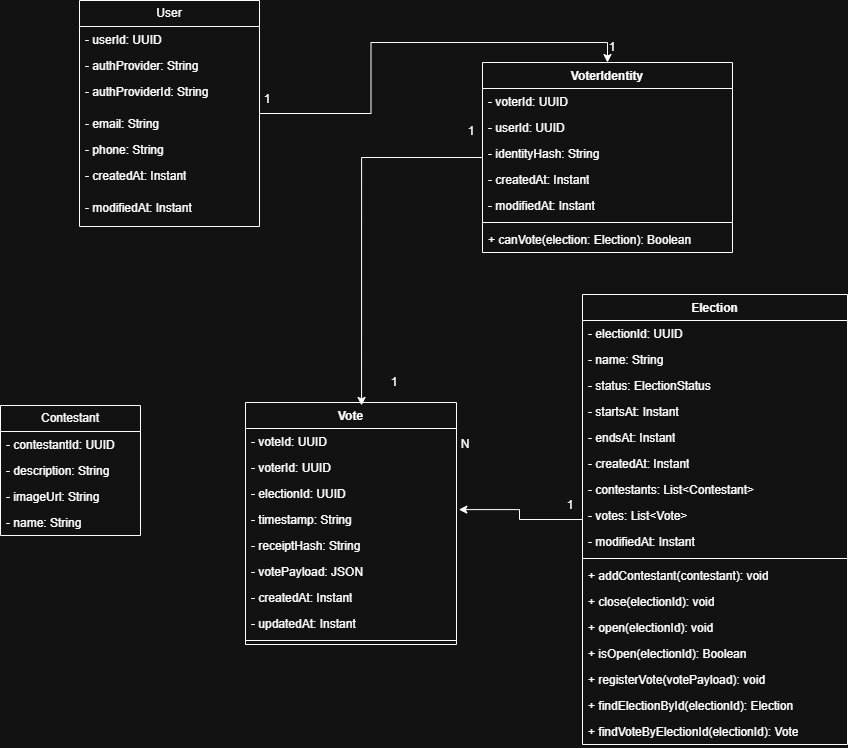
andreixmartins/arch-kata2 keeps this draw.io diagram as images/class_diagram_v4.png. Above is the earlier version. Source tidied: cells renumbered, new cells last; positions are measured from the earlier drawing's top-left corner, leaving out a move shared by most shapes.
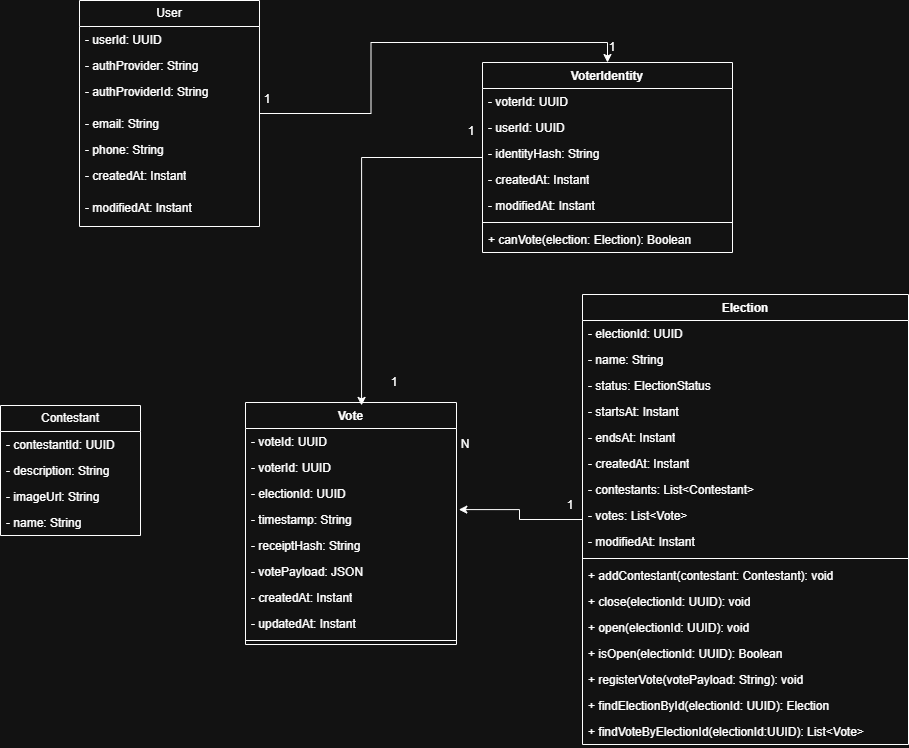
Later version of the same file.

Commit message:
FFucks - Updated class diagram

The edit, as a diff of the source:
```diff
@@ -54,58 +54,58 @@
       <mxGeometry y="164" width="250" height="26" as="geometry" />
     </mxCell>
     <mxCell id="19" value="Election" style="swimlane;fontStyle=1;align=center;verticalAlign=top;horizontal=1;startSize=26;whiteSpace=wrap;html=1;" parent="1" vertex="1">
-      <mxGeometry x="582" y="294" width="265" height="450" as="geometry" />
+      <mxGeometry x="582" y="294" width="326" height="450" as="geometry" />
     </mxCell>
     <mxCell id="20" value="- electionId: UUID" style="text;strokeColor=none;fillColor=none;align=left;verticalAlign=top;spacingLeft=4;spacingRight=4;overflow=hidden;whiteSpace=wrap;html=1;" parent="19" vertex="1">
-      <mxGeometry y="26" width="265" height="26" as="geometry" />
+      <mxGeometry y="26" width="326" height="26" as="geometry" />
     </mxCell>
     <mxCell id="21" value="- name: String" style="text;strokeColor=none;fillColor=none;align=left;verticalAlign=top;spacingLeft=4;spacingRight=4;overflow=hidden;whiteSpace=wrap;html=1;" parent="19" vertex="1">
-      <mxGeometry y="52" width="265" height="26" as="geometry" />
+      <mxGeometry y="52" width="326" height="26" as="geometry" />
     </mxCell>
     <mxCell id="22" value="- status: ElectionStatus" style="text;strokeColor=none;fillColor=none;align=left;verticalAlign=top;spacingLeft=4;spacingRight=4;overflow=hidden;whiteSpace=wrap;html=1;" parent="19" vertex="1">
-      <mxGeometry y="78" width="265" height="26" as="geometry" />
+      <mxGeometry y="78" width="326" height="26" as="geometry" />
     </mxCell>
     <mxCell id="23" value="- startsAt: Instant" style="text;strokeColor=none;fillColor=none;align=left;verticalAlign=top;spacingLeft=4;spacingRight=4;overflow=hidden;whiteSpace=wrap;html=1;" parent="19" vertex="1">
-      <mxGeometry y="104" width="265" height="26" as="geometry" />
+      <mxGeometry y="104" width="326" height="26" as="geometry" />
     </mxCell>
     <mxCell id="24" value="- endsAt: Instant" style="text;strokeColor=none;fillColor=none;align=left;verticalAlign=top;spacingLeft=4;spacingRight=4;overflow=hidden;whiteSpace=wrap;html=1;" parent="19" vertex="1">
-      <mxGeometry y="130" width="265" height="26" as="geometry" />
+      <mxGeometry y="130" width="326" height="26" as="geometry" />
     </mxCell>
     <mxCell id="25" value="- createdAt: Instant" style="text;strokeColor=none;fillColor=none;align=left;verticalAlign=top;spacingLeft=4;spacingRight=4;overflow=hidden;whiteSpace=wrap;html=1;" parent="19" vertex="1">
-      <mxGeometry y="156" width="265" height="26" as="geometry" />
+      <mxGeometry y="156" width="326" height="26" as="geometry" />
     </mxCell>
     <mxCell id="26" value="- contestants: List&amp;lt;Contestant&amp;gt;" style="text;strokeColor=none;fillColor=none;align=left;verticalAlign=top;spacingLeft=4;spacingRight=4;overflow=hidden;whiteSpace=wrap;html=1;" parent="19" vertex="1">
-      <mxGeometry y="182" width="265" height="26" as="geometry" />
+      <mxGeometry y="182" width="326" height="26" as="geometry" />
     </mxCell>
     <mxCell id="27" value="- votes: List&amp;lt;Vote&amp;gt;" style="text;strokeColor=none;fillColor=none;align=left;verticalAlign=top;spacingLeft=4;spacingRight=4;overflow=hidden;whiteSpace=wrap;html=1;" parent="19" vertex="1">
-      <mxGeometry y="208" width="265" height="26" as="geometry" />
+      <mxGeometry y="208" width="326" height="26" as="geometry" />
     </mxCell>
     <mxCell id="28" value="- modifiedAt: Instant" style="text;strokeColor=none;fillColor=none;align=left;verticalAlign=top;spacingLeft=4;spacingRight=4;overflow=hidden;whiteSpace=wrap;html=1;" parent="19" vertex="1">
-      <mxGeometry y="234" width="265" height="26" as="geometry" />
+      <mxGeometry y="234" width="326" height="26" as="geometry" />
     </mxCell>
     <mxCell id="29" style="line;strokeWidth=1;fillColor=none;align=left;verticalAlign=middle;spacingTop=-1;spacingLeft=3;spacingRight=3;labelPosition=right;strokeColor=inherit;" parent="19" vertex="1">
-      <mxGeometry y="260" width="265" height="8" as="geometry" />
+      <mxGeometry y="260" width="326" height="8" as="geometry" />
     </mxCell>
-    <mxCell id="30" value="+ addContestant(contestant): void" style="text;strokeColor=none;fillColor=none;align=left;verticalAlign=top;spacingLeft=4;spacingRight=4;overflow=hidden;whiteSpace=wrap;html=1;" parent="19" vertex="1">
-      <mxGeometry y="268" width="265" height="26" as="geometry" />
+    <mxCell id="30" value="+ addContestant(contestant: Contestant): void" style="text;strokeColor=none;fillColor=none;align=left;verticalAlign=top;spacingLeft=4;spacingRight=4;overflow=hidden;whiteSpace=wrap;html=1;" parent="19" vertex="1">
+      <mxGeometry y="268" width="326" height="26" as="geometry" />
     </mxCell>
-    <mxCell id="31" value="+ close(electionId): void" style="text;strokeColor=none;fillColor=none;align=left;verticalAlign=top;spacingLeft=4;spacingRight=4;overflow=hidden;whiteSpace=wrap;html=1;" parent="19" vertex="1">
-      <mxGeometry y="294" width="265" height="26" as="geometry" />
+    <mxCell id="31" value="+ close(electionId: UUID): void" style="text;strokeColor=none;fillColor=none;align=left;verticalAlign=top;spacingLeft=4;spacingRight=4;overflow=hidden;whiteSpace=wrap;html=1;" parent="19" vertex="1">
+      <mxGeometry y="294" width="326" height="26" as="geometry" />
     </mxCell>
-    <mxCell id="32" value="+ open(electionId): void" style="text;strokeColor=none;fillColor=none;align=left;verticalAlign=top;spacingLeft=4;spacingRight=4;overflow=hidden;whiteSpace=wrap;html=1;" parent="19" vertex="1">
-      <mxGeometry y="320" width="265" height="26" as="geometry" />
+    <mxCell id="32" value="+ open(electionId: UUID): void" style="text;strokeColor=none;fillColor=none;align=left;verticalAlign=top;spacingLeft=4;spacingRight=4;overflow=hidden;whiteSpace=wrap;html=1;" parent="19" vertex="1">
+      <mxGeometry y="320" width="326" height="26" as="geometry" />
     </mxCell>
-    <mxCell id="33" value="+ isOpen(electionId): Boolean" style="text;strokeColor=none;fillColor=none;align=left;verticalAlign=top;spacingLeft=4;spacingRight=4;overflow=hidden;whiteSpace=wrap;html=1;" parent="19" vertex="1">
-      <mxGeometry y="346" width="265" height="26" as="geometry" />
+    <mxCell id="33" value="+ isOpen(electionId: UUID): Boolean" style="text;strokeColor=none;fillColor=none;align=left;verticalAlign=top;spacingLeft=4;spacingRight=4;overflow=hidden;whiteSpace=wrap;html=1;" parent="19" vertex="1">
+      <mxGeometry y="346" width="326" height="26" as="geometry" />
     </mxCell>
-    <mxCell id="34" value="+ registerVote(votePayload): void" style="text;strokeColor=none;fillColor=none;align=left;verticalAlign=top;spacingLeft=4;spacingRight=4;overflow=hidden;whiteSpace=wrap;html=1;" parent="19" vertex="1">
-      <mxGeometry y="372" width="265" height="26" as="geometry" />
+    <mxCell id="34" value="+ registerVote(votePayload: String): void" style="text;strokeColor=none;fillColor=none;align=left;verticalAlign=top;spacingLeft=4;spacingRight=4;overflow=hidden;whiteSpace=wrap;html=1;" parent="19" vertex="1">
+      <mxGeometry y="372" width="326" height="26" as="geometry" />
     </mxCell>
-    <mxCell id="35" value="+ findElectionById(electionId): Election" style="text;strokeColor=none;fillColor=none;align=left;verticalAlign=top;spacingLeft=4;spacingRight=4;overflow=hidden;whiteSpace=wrap;html=1;" parent="19" vertex="1">
-      <mxGeometry y="398" width="265" height="26" as="geometry" />
+    <mxCell id="35" value="+ findElectionById(electionId: UUID): Election" style="text;strokeColor=none;fillColor=none;align=left;verticalAlign=top;spacingLeft=4;spacingRight=4;overflow=hidden;whiteSpace=wrap;html=1;" parent="19" vertex="1">
+      <mxGeometry y="398" width="326" height="26" as="geometry" />
     </mxCell>
-    <mxCell id="36" value="+ findVoteByElectionId(electionId): Vote" style="text;strokeColor=none;fillColor=none;align=left;verticalAlign=top;spacingLeft=4;spacingRight=4;overflow=hidden;whiteSpace=wrap;html=1;" parent="19" vertex="1">
-      <mxGeometry y="424" width="265" height="26" as="geometry" />
+    <mxCell id="36" value="+ findVoteByElectionId(electionId:UUID): List&amp;lt;Vote&amp;gt;" style="text;strokeColor=none;fillColor=none;align=left;verticalAlign=top;spacingLeft=4;spacingRight=4;overflow=hidden;whiteSpace=wrap;html=1;" parent="19" vertex="1">
+      <mxGeometry y="424" width="326" height="26" as="geometry" />
     </mxCell>
     <mxCell id="37" value="Vote" style="swimlane;fontStyle=1;align=center;verticalAlign=top;horizontal=1;startSize=26;whiteSpace=wrap;html=1;" parent="1" vertex="1">
       <mxGeometry x="245" y="402" width="211" height="242" as="geometry" />
```
